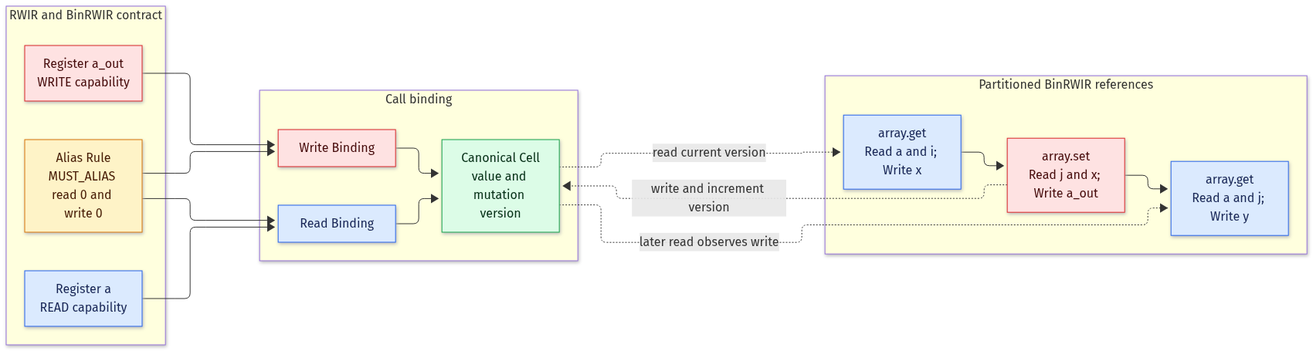
Above: runtimec/documentation/architecture/rwir-binrwir-aliasing.png in array2d/kvlang (Mermaid), before the change. Its source is kept beside it as runtimec/documentation/architecture/rwir-binrwir-aliasing.mmd. The source it was exported from:
```mermaid
flowchart LR
  subgraph Contract["RWIR and BinRWIR contract"]
    READ_REGISTER["Register a<br/>READ capability"]
    WRITE_REGISTER["Register a_out<br/>WRITE capability"]
    ALIAS_RULE["Alias Rule<br/>MUST_ALIAS read 0 and write 0"]
  end

  subgraph Call["Call binding"]
    READ_BINDING["Read Binding"]
    WRITE_BINDING["Write Binding"]
    CELL["Canonical Cell<br/>value and mutation version"]
  end

  subgraph Stream["Partitioned BinRWIR references"]
    READ_BEFORE["array.get<br/>Read a and i; Write x"]
    WRITE["array.set<br/>Read j and x; Write a_out"]
    READ_AFTER["array.get<br/>Read a and j; Write y"]
  end

  READ_REGISTER --> READ_BINDING
  WRITE_REGISTER --> WRITE_BINDING
  ALIAS_RULE --> READ_BINDING
  ALIAS_RULE --> WRITE_BINDING
  READ_BINDING --> CELL
  WRITE_BINDING --> CELL
  READ_BEFORE --> WRITE --> READ_AFTER
  CELL -. "read current version" .-> READ_BEFORE
  WRITE -. "write and increment version" .-> CELL
  CELL -. "later read observes write" .-> READ_AFTER

  classDef read fill:#dbeafe,stroke:#2563eb,color:#172554
  classDef write fill:#fee2e2,stroke:#dc2626,color:#450a0a
  classDef shared fill:#dcfce7,stroke:#16a34a,color:#052e16
  classDef rule fill:#fef3c7,stroke:#d97706,color:#451a03
  class READ_REGISTER,READ_BINDING,READ_BEFORE,READ_AFTER read
  class WRITE_REGISTER,WRITE_BINDING,WRITE write
  class CELL shared
  class ALIAS_RULE rule
```
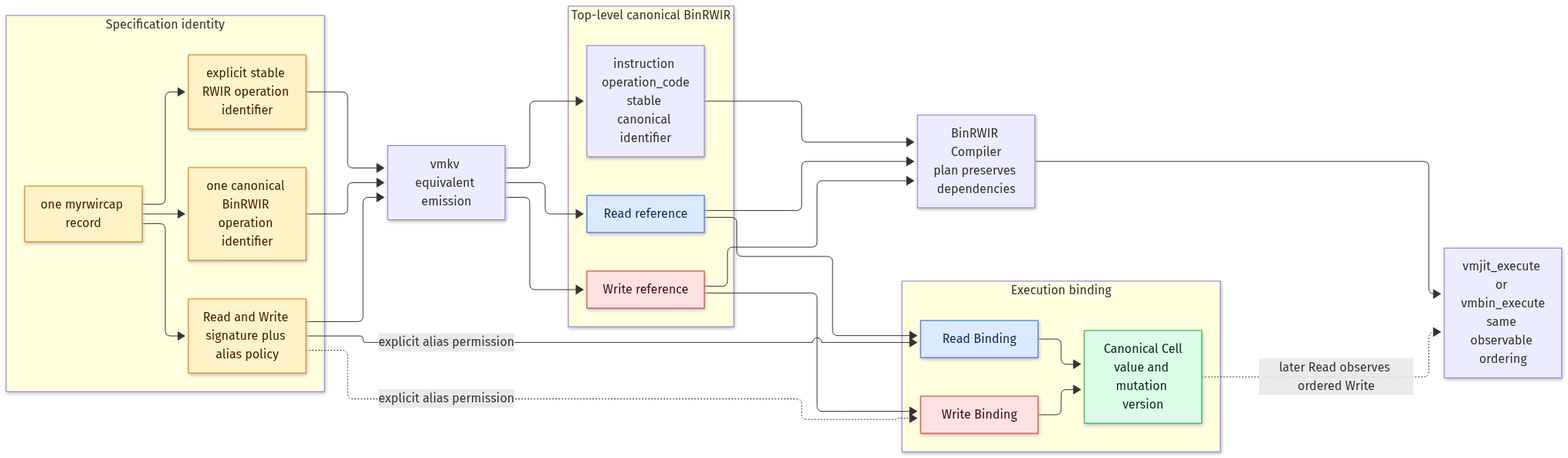
Above is the later version.

Diff of the diagram source:
```diff
@@ -1,38 +1,52 @@
 flowchart LR
-  subgraph Contract["RWIR and BinRWIR contract"]
-    READ_REGISTER["Register a<br/>READ capability"]
-    WRITE_REGISTER["Register a_out<br/>WRITE capability"]
-    ALIAS_RULE["Alias Rule<br/>MUST_ALIAS read 0 and write 0"]
+  subgraph Specification["Specification identity"]
+    CAPABILITY["one myrwircap record"]
+    RWIR_IDENTIFIER["explicit stable RWIR operation identifier"]
+    CANONICAL_IDENTIFIER["one canonical BinRWIR operation identifier"]
+    SIGNATURE["Read and Write signature plus alias policy"]
+    CAPABILITY --> RWIR_IDENTIFIER
+    CAPABILITY --> CANONICAL_IDENTIFIER
+    CAPABILITY --> SIGNATURE
   end
 
-  subgraph Call["Call binding"]
+  VMKV["vmkv equivalent emission"]
+
+  subgraph Canonical["Top-level canonical BinRWIR"]
+    INSTRUCTION["instruction operation_code<br/>stable canonical identifier"]
+    READ_REFERENCE["Read reference"]
+    WRITE_REFERENCE["Write reference"]
+  end
+
+  subgraph Binding["Execution binding"]
     READ_BINDING["Read Binding"]
     WRITE_BINDING["Write Binding"]
     CELL["Canonical Cell<br/>value and mutation version"]
   end
 
-  subgraph Stream["Partitioned BinRWIR references"]
-    READ_BEFORE["array.get<br/>Read a and i; Write x"]
-    WRITE["array.set<br/>Read j and x; Write a_out"]
-    READ_AFTER["array.get<br/>Read a and j; Write y"]
-  end
+  COMPILER["BinRWIR Compiler<br/>plan preserves dependencies"]
+  EXECUTION["vmjit_execute or vmbin_execute<br/>same observable ordering"]
 
-  READ_REGISTER --> READ_BINDING
-  WRITE_REGISTER --> WRITE_BINDING
-  ALIAS_RULE --> READ_BINDING
-  ALIAS_RULE --> WRITE_BINDING
-  READ_BINDING --> CELL
-  WRITE_BINDING --> CELL
-  READ_BEFORE --> WRITE --> READ_AFTER
-  CELL -. "read current version" .-> READ_BEFORE
-  WRITE -. "write and increment version" .-> CELL
-  CELL -. "later read observes write" .-> READ_AFTER
+  RWIR_IDENTIFIER --> VMKV
+  CANONICAL_IDENTIFIER --> VMKV
+  SIGNATURE --> VMKV
+  VMKV --> INSTRUCTION
+  VMKV --> READ_REFERENCE
+  VMKV --> WRITE_REFERENCE
+  READ_REFERENCE --> READ_BINDING --> CELL
+  WRITE_REFERENCE --> WRITE_BINDING --> CELL
+  SIGNATURE -. "explicit alias permission" .-> READ_BINDING
+  SIGNATURE -. "explicit alias permission" .-> WRITE_BINDING
+  INSTRUCTION --> COMPILER
+  READ_REFERENCE --> COMPILER
+  WRITE_REFERENCE --> COMPILER
+  COMPILER --> EXECUTION
+  CELL -. "later Read observes ordered Write" .-> EXECUTION
 
+  classDef specification fill:#fef3c7,stroke:#d97706,color:#451a03
   classDef read fill:#dbeafe,stroke:#2563eb,color:#172554
   classDef write fill:#fee2e2,stroke:#dc2626,color:#450a0a
   classDef shared fill:#dcfce7,stroke:#16a34a,color:#052e16
-  classDef rule fill:#fef3c7,stroke:#d97706,color:#451a03
-  class READ_REGISTER,READ_BINDING,READ_BEFORE,READ_AFTER read
-  class WRITE_REGISTER,WRITE_BINDING,WRITE write
+  class CAPABILITY,RWIR_IDENTIFIER,CANONICAL_IDENTIFIER,SIGNATURE specification
+  class READ_REFERENCE,READ_BINDING read
+  class WRITE_REFERENCE,WRITE_BINDING write
   class CELL shared
-  class ALIAS_RULE rule
```
